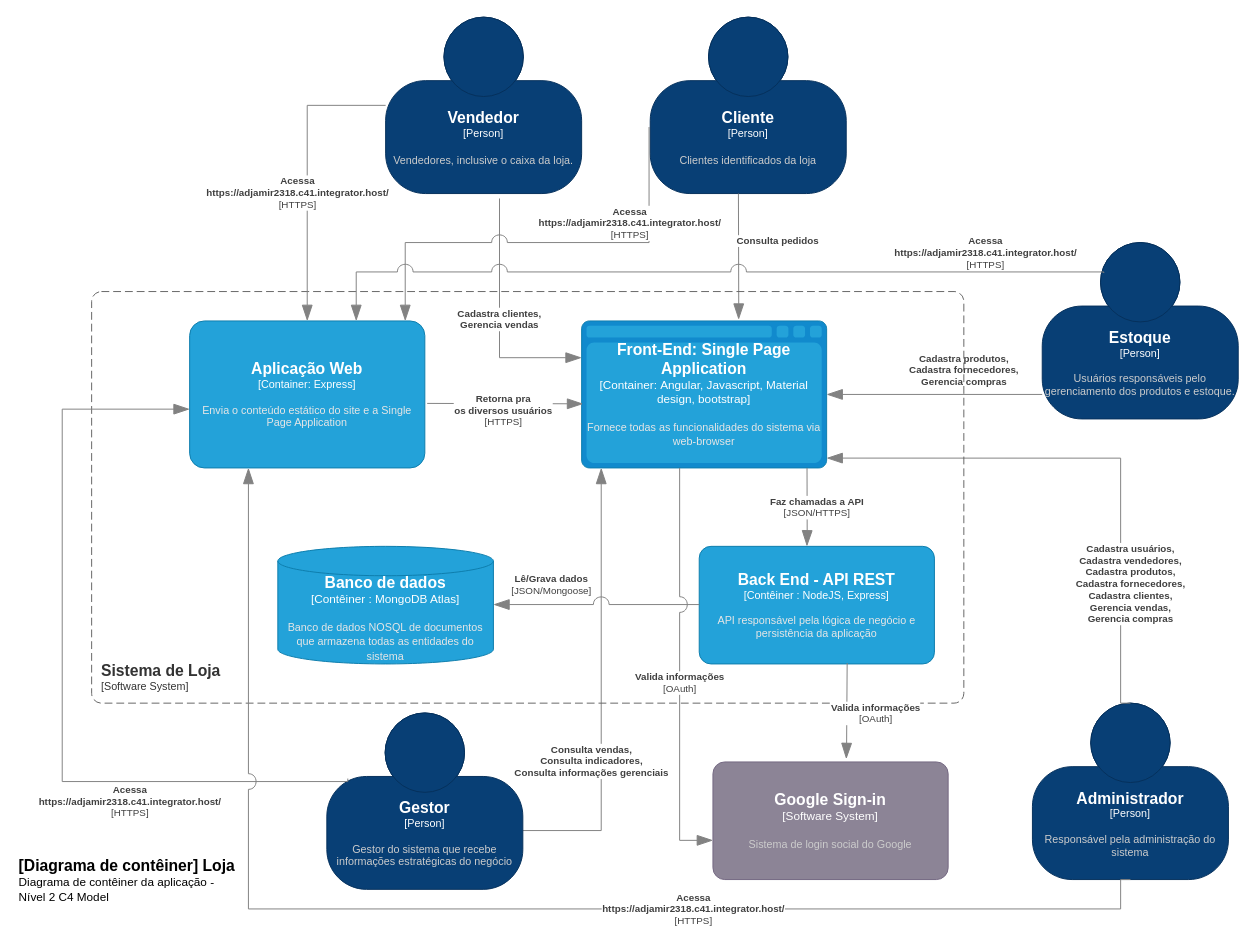
This is page "Nível 2 - Contêiner" (2 of 3) of projeto/documentacao/C4Model.drawio from adjamirgalvao/pucminas, a draw.io file, before an edit. Source tidied: cells renumbered, new cells numbered last; positions are measured from the earlier drawing's top-left corner, leaving out a move shared by most shapes. Both pictures are drawn from the tidied source at 98%, with x=0, y=0 at pixel (17, 17).
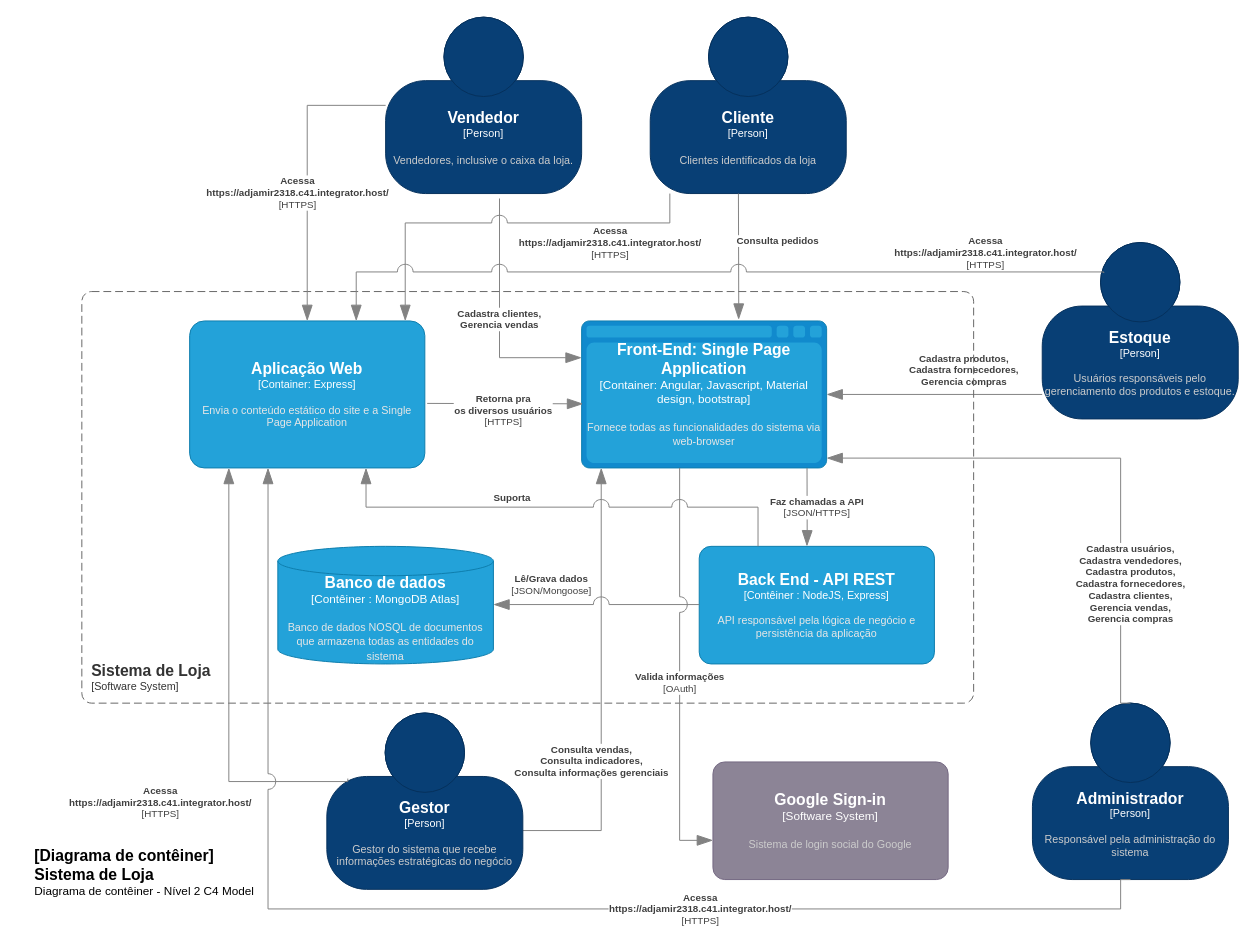
The same page after the edit.

The change refers to these unchanged cells:
```xml
<object id="2" label="&lt;font style=&quot;font-size: 16px&quot;&gt;&lt;b&gt;%c4Name%&lt;/b&gt;&lt;/font&gt;&lt;div&gt;[%c4Type%]&lt;/div&gt;&lt;br&gt;&lt;div&gt;&lt;font style=&quot;font-size: 11px&quot;&gt;&lt;font color=&quot;#cccccc&quot;&gt;%c4Description%&lt;/font&gt;&lt;/div&gt;" c4Description="Clientes identificados da loja" c4Name="Cliente" c4Type="Person" placeholders="1">
  <mxCell style="html=1;fontSize=11;dashed=0;whiteSpace=wrap;fillColor=#083F75;strokeColor=#06315C;fontColor=#ffffff;shape=mxgraph.c4.person2;align=center;points=[[0.5,0,0],[1,0.5,0],[1,0.75,0],[0.75,1,0],[0.5,1,0],[0.25,1,0],[0,0.75,0],[0,0.5,0]];" parent="1" vertex="1">
    <mxGeometry x="646" width="200" height="180" as="geometry" />
  </mxCell>
</object>
<object id="9" label="&lt;font style=&quot;font-size: 16px&quot;&gt;&lt;b&gt;%c4Name%&lt;/b&gt;&lt;/font&gt;&lt;div&gt;[%c4Type%]&lt;/div&gt;&lt;br&gt;&lt;div&gt;&lt;font style=&quot;font-size: 11px&quot;&gt;&lt;font color=&quot;#cccccc&quot;&gt;%c4Description%&lt;/font&gt;&lt;/div&gt;" c4Description="Responsável pela administração do sistema" c4Name="Administrador" c4Type="Person" placeholders="1">
  <mxCell style="html=1;fontSize=11;dashed=0;whiteSpace=wrap;fillColor=#083F75;strokeColor=#06315C;fontColor=#ffffff;shape=mxgraph.c4.person2;align=center;points=[[0.5,0,0],[1,0.5,0],[1,0.75,0],[0.75,1,0],[0.5,1,0],[0.25,1,0],[0,0.75,0],[0,0.5,0]];" parent="1" vertex="1">
    <mxGeometry x="1036" y="700" width="200" height="180" as="geometry" />
  </mxCell>
</object>
<object id="12" label="&lt;font style=&quot;font-size: 16px&quot;&gt;&lt;b&gt;%c4Name%&lt;/b&gt;&lt;/font&gt;&lt;div&gt;[%c4Type%]&lt;/div&gt;&lt;br&gt;&lt;div&gt;&lt;font style=&quot;font-size: 11px&quot;&gt;&lt;font color=&quot;#cccccc&quot;&gt;%c4Description%&lt;/font&gt;&lt;/div&gt;" c4Description="Sistema de login social do Google" c4Name="Google Sign-in" c4Type="Software System" placeholders="1">
  <mxCell style="rounded=1;whiteSpace=wrap;html=1;labelBackgroundColor=none;fillColor=#8C8496;fontColor=#ffffff;align=center;arcSize=10;strokeColor=#736782;points=[[0.25,0,0],[0.5,0,0],[0.75,0,0],[1,0.25,0],[1,0.5,0],[1,0.75,0],[0.75,1,0],[0.5,1,0],[0.25,1,0],[0,0.75,0],[0,0.5,0],[0,0.25,0]];fontSize=12;" parent="1" vertex="1">
    <mxGeometry x="710" y="760" width="240" height="120" as="geometry" />
  </mxCell>
</object>
<object id="15" label="&lt;font style=&quot;font-size: 16px&quot;&gt;&lt;b&gt;%c4Name%&lt;/b&gt;&lt;/font&gt;&lt;div&gt;[%c4Type%: %c4Technology%]&lt;/div&gt;&lt;br&gt;&lt;div&gt;&lt;font style=&quot;font-size: 11px&quot;&gt;&lt;font color=&quot;#E6E6E6&quot;&gt;%c4Description%&lt;/font&gt;&lt;/div&gt;" c4Description="API responsável pela lógica de negócio e persistência da aplicação" c4Name="Back End - API REST" c4Technology="NodeJS, Express" c4Type="Contêiner " placeholders="1">
  <mxCell style="rounded=1;whiteSpace=wrap;html=1;fontSize=11;labelBackgroundColor=none;fillColor=#23A2D9;fontColor=#ffffff;align=center;arcSize=10;strokeColor=#0E7DAD;points=[[0.25,0,0],[0.5,0,0],[0.75,0,0],[1,0.25,0],[1,0.5,0],[1,0.75,0],[0.75,1,0],[0.5,1,0],[0.25,1,0],[0,0.75,0],[0,0.5,0],[0,0.25,0]];" parent="1" vertex="1">
    <mxGeometry x="696" y="540" width="240" height="120" as="geometry" />
  </mxCell>
</object>
<object id="17" label="&lt;font style=&quot;font-size: 16px&quot;&gt;&lt;b&gt;%c4Name%&lt;/b&gt;&lt;/font&gt;&lt;div&gt;[%c4Type%]&lt;/div&gt;&lt;br&gt;&lt;div&gt;&lt;font style=&quot;font-size: 11px&quot;&gt;&lt;font color=&quot;#cccccc&quot;&gt;%c4Description%&lt;/font&gt;&lt;/div&gt;" c4Description="Gestor do sistema que recebe informações estratégicas do negócio" c4Name="Gestor" c4Type="Person" placeholders="1">
  <mxCell style="html=1;fontSize=11;dashed=0;whiteSpace=wrap;fillColor=#083F75;strokeColor=#06315C;fontColor=#ffffff;shape=mxgraph.c4.person2;align=center;points=[[0.5,0,0],[1,0.5,0],[1,0.75,0],[0.75,1,0],[0.5,1,0],[0.25,1,0],[0,0.75,0],[0,0.5,0]];" parent="1" vertex="1">
    <mxGeometry x="316" y="710" width="200" height="180" as="geometry" />
  </mxCell>
</object>
<object id="22" label="&lt;font style=&quot;font-size: 16px&quot;&gt;&lt;b&gt;%c4Name%&lt;/b&gt;&lt;/font&gt;&lt;div&gt;[%c4Type%: %c4Technology%]&lt;/div&gt;&lt;br&gt;&lt;div&gt;&lt;font style=&quot;font-size: 11px&quot;&gt;&lt;font color=&quot;#E6E6E6&quot;&gt;%c4Description%&lt;/font&gt;&lt;/div&gt;" c4Description="Envia o conteúdo estático do site e a Single Page Application" c4Name="Aplicação Web" c4Technology="Express" c4Type="Container" placeholders="1">
  <mxCell style="rounded=1;whiteSpace=wrap;html=1;fontSize=11;labelBackgroundColor=none;fillColor=#23A2D9;fontColor=#ffffff;align=center;arcSize=10;strokeColor=#0E7DAD;points=[[0.25,0,0],[0.5,0,0],[0.75,0,0],[1,0.25,0],[1,0.5,0],[1,0.75,0],[0.75,1,0],[0.5,1,0],[0.25,1,0],[0,0.75,0],[0,0.5,0],[0,0.25,0]];" parent="1" vertex="1">
    <mxGeometry x="176" y="310" width="240" height="150" as="geometry" />
  </mxCell>
</object>
```

Change to the diagram source:
```diff
@@
-    <object id="8" label="&lt;font style=&quot;font-size: 16px&quot;&gt;&lt;b&gt;&lt;div style=&quot;text-align: left&quot;&gt;%c4Name%&lt;/div&gt;&lt;/b&gt;&lt;/font&gt;&lt;div style=&quot;text-align: left&quot;&gt;%c4Description%&lt;/div&gt;" c4Description="Diagrama de contêiner da aplicação - Nível 2 C4 Model" c4Name="[Diagrama de contêiner] Loja" placeholders="1">
+    <object id="8" label="&lt;font style=&quot;font-size: 16px&quot;&gt;&lt;b&gt;&lt;div style=&quot;text-align: left&quot;&gt;%c4Name%&lt;/div&gt;&lt;/b&gt;&lt;/font&gt;&lt;div style=&quot;text-align: left&quot;&gt;%c4Description%&lt;/div&gt;" c4Description="Diagrama de contêiner - Nível 2 C4 Model" c4Name="[Diagrama de contêiner] Sistema de Loja" placeholders="1">
       <mxCell style="text;html=1;strokeColor=none;fillColor=none;align=left;verticalAlign=top;whiteSpace=wrap;rounded=0;" parent="1" vertex="1">
-        <mxGeometry y="850" width="230" height="40" as="geometry" />
+        <mxGeometry x="16" y="840" width="230" height="40" as="geometry" />
       </mxCell>
     </object>
@@
     <object id="13" label="&lt;font style=&quot;font-size: 16px&quot;&gt;&lt;b&gt;&lt;div style=&quot;text-align: left&quot;&gt;%c4Name%&lt;/div&gt;&lt;/b&gt;&lt;/font&gt;&lt;div style=&quot;text-align: left&quot;&gt;[%c4Application%]&lt;/div&gt;" c4Application="Software System" c4Name="Sistema de Loja" placeholders="1">
       <mxCell style="rounded=1;fontSize=11;whiteSpace=wrap;html=1;dashed=1;arcSize=20;fillColor=none;strokeColor=#666666;fontColor=#333333;labelBackgroundColor=none;align=left;verticalAlign=bottom;labelBorderColor=none;spacingTop=0;spacing=10;dashPattern=8 4;perimeter=rectanglePerimeter;noLabel=0;labelPadding=0;absoluteArcSize=1;" parent="1" vertex="1">
-        <mxGeometry x="76" y="280" width="890" height="420" as="geometry" />
+        <mxGeometry x="66" y="280" width="910" height="420" as="geometry" />
       </mxCell>
     </object>
@@
-    <object id="20" label="&lt;div style=&quot;text-align: left&quot;&gt;&lt;div style=&quot;text-align: center&quot;&gt;&lt;b&gt;%c4Description%&lt;/b&gt;&lt;/div&gt;&lt;div style=&quot;text-align: center&quot;&gt;[%c4Technology%]&lt;/div&gt;&lt;/div&gt;" c4Description="Valida informações" c4Technology="OAuth" placeholders="1">
-      <mxCell style="endArrow=blockThin;html=1;fontSize=10;fontColor=#404040;strokeWidth=1;endFill=1;strokeColor=#828282;elbow=vertical;endSize=14;startSize=14;jumpStyle=arc;jumpSize=16;rounded=0;edgeStyle=orthogonalEdgeStyle;entryX=0.567;entryY=-0.025;entryDx=0;entryDy=0;entryPerimeter=0;exitX=0.629;exitY=0.992;exitDx=0;exitDy=0;exitPerimeter=0;" parent="1" edge="1" source="15" target="12">
-        <mxGeometry x="0.03" y="29" relative="1" as="geometry">
-          <Array as="points">
-            <mxPoint x="847" y="710" />
-            <mxPoint x="846" y="710" />
-          </Array>
-          <mxPoint y="1" as="offset" />
-        </mxGeometry>
-      </mxCell>
-    </object>
@@
     <object id="25" label="&lt;div style=&quot;text-align: left&quot;&gt;&lt;div style=&quot;text-align: center&quot;&gt;&lt;b&gt;%c4Description%&lt;/b&gt;&lt;/div&gt;&lt;div style=&quot;text-align: center&quot;&gt;[%c4Technology%]&lt;/div&gt;&lt;/div&gt;" c4Description="Acessa&#10; https://adjamir2318.c41.integrator.host/" c4Technology="HTTPS" placeholders="1">
-      <mxCell style="endArrow=blockThin;html=1;fontSize=10;fontColor=#404040;strokeWidth=1;endFill=1;strokeColor=#828282;elbow=vertical;endSize=14;startSize=14;jumpStyle=arc;jumpSize=16;rounded=0;edgeStyle=orthogonalEdgeStyle;exitX=-0.006;exitY=0.623;exitDx=0;exitDy=0;exitPerimeter=0;" parent="1" edge="1" source="2">
-        <mxGeometry x="-0.38" y="-20" relative="1" as="geometry">
+      <mxCell style="endArrow=blockThin;html=1;fontSize=10;fontColor=#404040;strokeWidth=1;endFill=1;strokeColor=#828282;elbow=vertical;endSize=14;startSize=14;jumpStyle=arc;jumpSize=16;rounded=0;edgeStyle=orthogonalEdgeStyle;exitX=0.1;exitY=1;exitDx=0;exitDy=0;exitPerimeter=0;" parent="1" edge="1" source="2">
+        <mxGeometry x="-0.55" y="20" relative="1" as="geometry">
           <mxPoint x="396" y="310" as="targetPoint" />
           <Array as="points">
-            <mxPoint x="645" y="230" />
-            <mxPoint x="396" y="230" />
-            <mxPoint x="396" y="300" />
+            <mxPoint x="666" y="210" />
+            <mxPoint x="396" y="210" />
           </Array>
+          <mxPoint x="-1" as="offset" />
         </mxGeometry>
       </mxCell>
     </object>
     <object id="26" label="&lt;div style=&quot;text-align: left&quot;&gt;&lt;div style=&quot;text-align: center&quot;&gt;&lt;b&gt;%c4Description%&lt;/b&gt;&lt;/div&gt;&lt;div style=&quot;text-align: center&quot;&gt;[%c4Technology%]&lt;/div&gt;&lt;/div&gt;" c4Description="Acessa&#10; https://adjamir2318.c41.integrator.host/" c4Technology="HTTPS" placeholders="1">
       <mxCell style="endArrow=blockThin;html=1;fontSize=10;fontColor=#404040;strokeWidth=1;endFill=1;strokeColor=#828282;elbow=vertical;endSize=14;startSize=14;jumpStyle=arc;jumpSize=16;rounded=0;edgeStyle=orthogonalEdgeStyle;exitX=0.107;exitY=0.372;exitDx=0;exitDy=0;exitPerimeter=0;" parent="1" edge="1" source="17" target="22">
-        <mxGeometry x="-0.44" y="20" relative="1" as="geometry">
+        <mxGeometry x="-0.44" y="73" relative="1" as="geometry">
           <Array as="points">
             <mxPoint x="337" y="780" />
-            <mxPoint x="46" y="780" />
-            <mxPoint x="46" y="400" />
+            <mxPoint x="216" y="780" />
           </Array>
+          <mxPoint x="3" y="21" as="offset" />
         </mxGeometry>
       </mxCell>
     </object>
@@
     <object id="28" label="&lt;div style=&quot;text-align: left&quot;&gt;&lt;div style=&quot;text-align: center&quot;&gt;&lt;b&gt;%c4Description%&lt;/b&gt;&lt;/div&gt;&lt;div style=&quot;text-align: center&quot;&gt;[%c4Technology%]&lt;/div&gt;&lt;/div&gt;" c4Description="Acessa&#10; https://adjamir2318.c41.integrator.host/" c4Technology="HTTPS" placeholders="1">
       <mxCell style="endArrow=blockThin;html=1;fontSize=10;fontColor=#404040;strokeWidth=1;endFill=1;strokeColor=#828282;elbow=vertical;endSize=14;startSize=14;jumpStyle=arc;jumpSize=16;rounded=0;edgeStyle=orthogonalEdgeStyle;exitX=0.5;exitY=1;exitDx=0;exitDy=0;exitPerimeter=0;" parent="1" edge="1" source="9" target="22">
         <mxGeometry x="-0.31" relative="1" as="geometry">
           <Array as="points">
+            <mxPoint x="1126" y="880" />
             <mxPoint x="1126" y="910" />
-            <mxPoint x="236" y="910" />
+            <mxPoint x="256" y="910" />
           </Array>
         </mxGeometry>
       </mxCell>
     </object>
+    <object id="29" label="&lt;div style=&quot;text-align: left&quot;&gt;&lt;div style=&quot;text-align: center&quot;&gt;&lt;b&gt;%c4Description%&lt;/b&gt;&lt;/div&gt;" c4Description="Suporta" placeholders="1">
+      <mxCell style="endArrow=blockThin;html=1;fontSize=10;fontColor=#404040;strokeWidth=1;endFill=1;strokeColor=#828282;elbow=vertical;endSize=14;startSize=14;jumpStyle=arc;jumpSize=16;rounded=0;edgeStyle=orthogonalEdgeStyle;entryX=0.75;entryY=1;entryDx=0;entryDy=0;entryPerimeter=0;exitX=0.25;exitY=0;exitDx=0;exitDy=0;exitPerimeter=0;" parent="1" edge="1" source="15" target="22">
+        <mxGeometry x="0.21" y="-10" relative="1" as="geometry">
+          <mxPoint x="-1" as="offset" />
+        </mxGeometry>
+      </mxCell>
+    </object>
```
